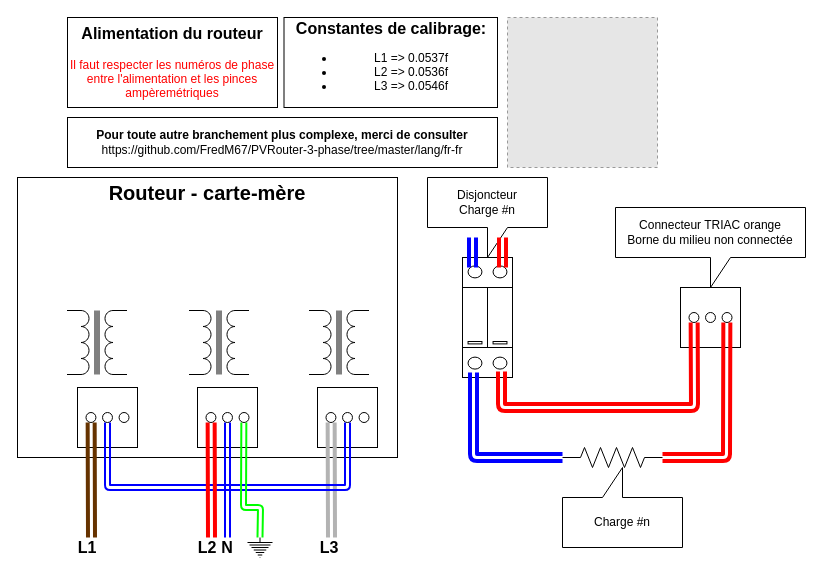
FredM67/PVRouter-3-phase keeps this draw.io diagram as docs/HowToInstall.drawio. Above is the earlier version. Source tidied: cells renumbered, new cells numbered last; positions are measured from the earlier drawing's top-left corner, leaving out a move shared by most shapes. Both pictures are drawn from the tidied source at 100%, with x=0, y=0 at pixel (17, 17). Pictures stored in the file or linked from it are replaced by grey dashed boxes.
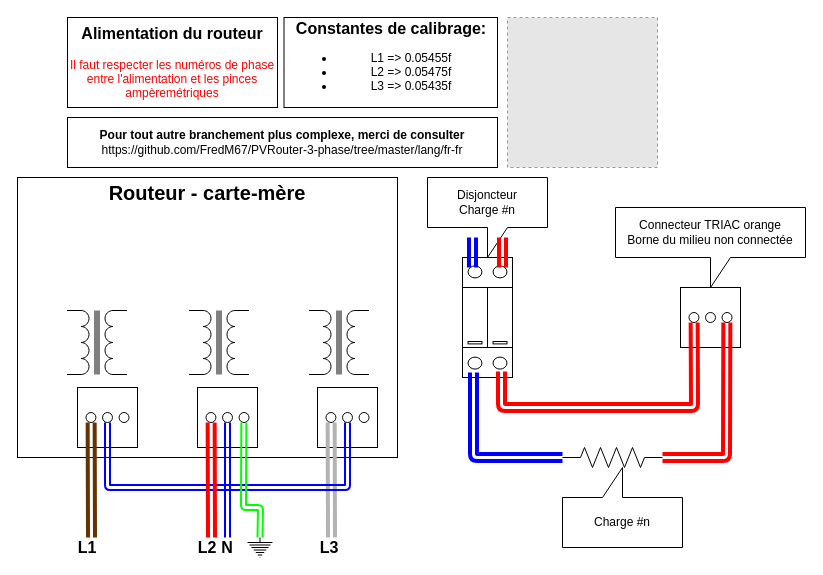
The same page after the edit.

The edit, as a diff of the source:
```diff
@@
-    <mxCell id="2" value="&lt;b&gt;&lt;font style=&quot;font-size: 16px&quot;&gt;Constantes de calibrage:&lt;/font&gt;&lt;/b&gt;&lt;br&gt;&lt;ul&gt;&lt;li&gt;&lt;span&gt;L1 =&amp;gt; 0.0537f&lt;/span&gt;&lt;/li&gt;&lt;li&gt;L2 =&amp;gt; 0.0536f&lt;/li&gt;&lt;li&gt;L3 =&amp;gt; 0.0546f&lt;/li&gt;&lt;/ul&gt;" style="rounded=0;whiteSpace=wrap;html=1;" parent="1" vertex="1">
+    <mxCell id="2" value="&lt;b&gt;&lt;font style=&quot;font-size: 16px&quot;&gt;Constantes de calibrage:&lt;/font&gt;&lt;/b&gt;&lt;br&gt;&lt;ul&gt;&lt;li&gt;&lt;span&gt;L1 =&amp;gt; 0.&lt;/span&gt;05455f&lt;/li&gt;&lt;li&gt;L2 =&amp;gt; 0.05475f&lt;/li&gt;&lt;li&gt;L3 =&amp;gt; 0.05435f&lt;br&gt;&lt;/li&gt;&lt;/ul&gt;" style="rounded=0;whiteSpace=wrap;html=1;" parent="1" vertex="1">
       <mxGeometry x="266.5" width="213.5" height="90" as="geometry" />
     </mxCell>
@@
-    <mxCell id="4" value="&lt;b style=&quot;font-size: 12px&quot;&gt;Pour toute autre branchement plus complexe, merci de consulter&lt;br&gt;&lt;/b&gt;https://github.com/FredM67/PVRouter-3-phase/tree/master/lang/fr-fr&lt;b style=&quot;font-size: 12px&quot;&gt;&lt;br&gt;&lt;/b&gt;" style="rounded=0;whiteSpace=wrap;html=1;" parent="1" vertex="1">
+    <mxCell id="4" value="&lt;b style=&quot;font-size: 12px&quot;&gt;Pour tout autre branchement plus complexe, merci de consulter&lt;br&gt;&lt;/b&gt;https://github.com/FredM67/PVRouter-3-phase/tree/master/lang/fr-fr&lt;b style=&quot;font-size: 12px&quot;&gt;&lt;br&gt;&lt;/b&gt;" style="rounded=0;whiteSpace=wrap;html=1;" parent="1" vertex="1">
       <mxGeometry x="50" y="100" width="430" height="50" as="geometry" />
     </mxCell>
```
